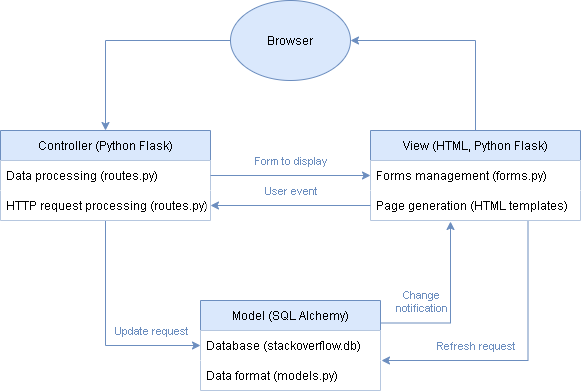
The draw.io diagram Architecture.png in RamB98/SOEN-341, before a commit. Source tidied: cells renumbered, new cells last; positions are measured from the earlier drawing's top-left corner, leaving out a move shared by most shapes.
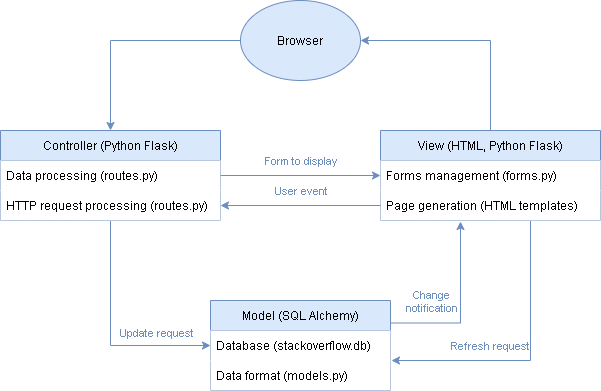
Later version of the same file.

Commit message:
Finalizing diagram's picture format

What changed in the source:
```diff
@@ -2,13 +2,13 @@
   <root>
     <mxCell id="0" />
     <mxCell id="1" parent="0" />
-    <mxCell id="2" style="edgeStyle=orthogonalEdgeStyle;rounded=0;jettySize=auto;html=1;exitX=0;exitY=0.5;exitDx=0;exitDy=0;entryX=0.5;entryY=0;entryDx=0;entryDy=0;fillColor=#dae8fc;strokeColor=#6c8ebf;" parent="1" edge="1" source="3" target="6">
+    <mxCell id="2" style="edgeStyle=orthogonalEdgeStyle;rounded=0;jettySize=auto;html=1;exitX=0;exitY=0.5;exitDx=0;exitDy=0;entryX=0.5;entryY=0;entryDx=0;entryDy=0;fillColor=#dae8fc;strokeColor=#6c8ebf;fontColor=#6C8EBF;" parent="1" edge="1" source="3" target="6">
       <mxGeometry relative="1" as="geometry" />
     </mxCell>
     <mxCell id="3" value="Browser" style="ellipse;whiteSpace=wrap;html=1;fillColor=#dae8fc;strokeColor=#6c8ebf;" parent="1" vertex="1">
       <mxGeometry x="230" width="120" height="80" as="geometry" />
     </mxCell>
-    <mxCell id="4" style="edgeStyle=orthogonalEdgeStyle;rounded=0;jettySize=auto;html=1;exitX=0.5;exitY=1;exitDx=0;exitDy=0;entryX=0;entryY=0.5;entryDx=0;entryDy=0;fillColor=#dae8fc;strokeColor=#6c8ebf;" parent="1" edge="1" source="6" target="22">
+    <mxCell id="4" style="edgeStyle=orthogonalEdgeStyle;rounded=0;jettySize=auto;html=1;exitX=0.5;exitY=1;exitDx=0;exitDy=0;entryX=0;entryY=0.5;entryDx=0;entryDy=0;fillColor=#dae8fc;strokeColor=#6c8ebf;fontColor=#6C8EBF;" parent="1" edge="1" source="6" target="22">
       <mxGeometry relative="1" as="geometry" />
     </mxCell>
     <mxCell id="5" value="Update request" style="edgeLabel;html=1;align=center;verticalAlign=middle;fontColor=#6C8EBF;labelBackgroundColor=none;" parent="4" vertex="1">
@@ -17,23 +17,23 @@
       </mxGeometry>
     </mxCell>
     <mxCell id="6" value="Controller (Python Flask)" style="swimlane;fontStyle=0;horizontal=1;startSize=30;fillColor=#dae8fc;strokeColor=#6c8ebf;" parent="1" vertex="1">
-      <mxGeometry y="130" width="210" height="90" as="geometry" />
+      <mxGeometry x="-10" y="130" width="220" height="90" as="geometry" />
     </mxCell>
     <mxCell id="7" value="Data processing (routes.py)" style="text;strokeColor=none;fillColor=default;align=left;verticalAlign=middle;spacingLeft=4;spacingRight=4;overflow=hidden;points=[[0,0.5],[1,0.5]];portConstraint=eastwest;" parent="6" vertex="1">
-      <mxGeometry y="30" width="210" height="30" as="geometry" />
+      <mxGeometry y="30" width="220" height="30" as="geometry" />
     </mxCell>
     <mxCell id="8" value="HTTP request processing (routes.py)" style="text;strokeColor=none;fillColor=default;align=left;verticalAlign=middle;spacingLeft=4;spacingRight=4;overflow=hidden;points=[[0,0.5],[1,0.5]];portConstraint=eastwest;" parent="6" vertex="1">
-      <mxGeometry y="60" width="210" height="30" as="geometry" />
+      <mxGeometry y="60" width="220" height="30" as="geometry" />
     </mxCell>
-    <mxCell id="9" style="edgeStyle=orthogonalEdgeStyle;rounded=0;jettySize=auto;html=1;exitX=0.5;exitY=0;exitDx=0;exitDy=0;entryX=1;entryY=0.5;entryDx=0;entryDy=0;fillColor=#dae8fc;strokeColor=#6c8ebf;" parent="1" edge="1" source="12" target="3">
+    <mxCell id="9" style="edgeStyle=orthogonalEdgeStyle;rounded=0;jettySize=auto;html=1;exitX=0.5;exitY=0;exitDx=0;exitDy=0;entryX=1;entryY=0.5;entryDx=0;entryDy=0;fillColor=#dae8fc;strokeColor=#6c8ebf;fontColor=#6C8EBF;" parent="1" edge="1" source="12" target="3">
       <mxGeometry relative="1" as="geometry" />
     </mxCell>
-    <mxCell id="10" style="edgeStyle=orthogonalEdgeStyle;rounded=0;jettySize=auto;html=1;exitX=0.75;exitY=1;exitDx=0;exitDy=0;strokeColor=#6C8EBF;" parent="1" edge="1" source="12">
+    <mxCell id="10" style="edgeStyle=orthogonalEdgeStyle;rounded=0;jettySize=auto;html=1;exitX=0.75;exitY=1;exitDx=0;exitDy=0;strokeColor=#6C8EBF;fontColor=#6C8EBF;" parent="1" edge="1" source="12">
       <mxGeometry relative="1" as="geometry">
         <mxPoint x="381" y="360" as="targetPoint" />
         <Array as="points">
-          <mxPoint x="528" y="360" />
-          <mxPoint x="381" y="360" />
+          <mxPoint x="520" y="220" />
+          <mxPoint x="520" y="360" />
         </Array>
       </mxGeometry>
     </mxCell>
@@ -43,15 +43,15 @@
       </mxGeometry>
     </mxCell>
     <mxCell id="12" value="View (HTML, Python Flask)" style="swimlane;fontStyle=0;horizontal=1;startSize=30;strokeColor=#6C8EBF;fillColor=#dae8fc;" parent="1" vertex="1">
-      <mxGeometry x="370" y="130" width="210" height="90" as="geometry" />
+      <mxGeometry x="370" y="130" width="220" height="90" as="geometry" />
     </mxCell>
     <mxCell id="13" value="Forms management (forms.py)" style="text;strokeColor=none;fillColor=default;align=left;verticalAlign=middle;spacingLeft=4;spacingRight=4;overflow=hidden;points=[[0,0.5],[1,0.5]];portConstraint=eastwest;" parent="12" vertex="1">
-      <mxGeometry y="30" width="210" height="30" as="geometry" />
+      <mxGeometry y="30" width="220" height="30" as="geometry" />
     </mxCell>
     <mxCell id="14" value="Page generation (HTML templates)" style="text;strokeColor=none;fillColor=default;align=left;verticalAlign=middle;spacingLeft=4;spacingRight=4;overflow=hidden;points=[[0,0.5],[1,0.5]];portConstraint=eastwest;" parent="12" vertex="1">
-      <mxGeometry y="60" width="210" height="30" as="geometry" />
+      <mxGeometry y="60" width="220" height="30" as="geometry" />
     </mxCell>
-    <mxCell id="15" style="edgeStyle=orthogonalEdgeStyle;rounded=0;jettySize=auto;exitX=1;exitY=0.5;exitDx=0;exitDy=0;entryX=0;entryY=0.5;entryDx=0;entryDy=0;fillColor=#dae8fc;strokeColor=#6c8ebf;fontColor=#6C8EBF;labelBackgroundColor=none;html=1;" parent="1" edge="1" source="7" target="13">
+    <mxCell id="15" style="edgeStyle=orthogonalEdgeStyle;rounded=0;jettySize=auto;html=1;exitX=1;exitY=0.5;exitDx=0;exitDy=0;entryX=0;entryY=0.5;entryDx=0;entryDy=0;fillColor=#dae8fc;strokeColor=#6c8ebf;fontColor=#6C8EBF;" parent="1" edge="1" source="7" target="13">
       <mxGeometry relative="1" as="geometry" />
     </mxCell>
     <mxCell id="16" value="Form to display&lt;br&gt;" style="edgeLabel;html=1;align=center;verticalAlign=middle;fontColor=#6C8EBF;labelBackgroundColor=none;" parent="15" vertex="1">
@@ -59,7 +59,7 @@
         <mxPoint x="14" y="-14" as="offset" />
       </mxGeometry>
     </mxCell>
-    <mxCell id="17" style="edgeStyle=orthogonalEdgeStyle;rounded=0;jettySize=auto;exitX=0;exitY=0.5;exitDx=0;exitDy=0;entryX=1;entryY=0.5;entryDx=0;entryDy=0;fillColor=#dae8fc;strokeColor=#6c8ebf;labelBackgroundColor=none;" parent="1" edge="1" source="14" target="8">
+    <mxCell id="17" style="edgeStyle=orthogonalEdgeStyle;rounded=0;jettySize=auto;html=1;exitX=0;exitY=0.5;exitDx=0;exitDy=0;entryX=1;entryY=0.5;entryDx=0;entryDy=0;fillColor=#dae8fc;strokeColor=#6c8ebf;fontColor=#6C8EBF;" parent="1" edge="1" source="14" target="8">
       <mxGeometry relative="1" as="geometry" />
     </mxCell>
     <mxCell id="18" value="User event" style="edgeLabel;html=1;align=center;verticalAlign=middle;fontColor=#6C8EBF;labelBackgroundColor=none;" parent="17" vertex="1">
@@ -67,7 +67,7 @@
         <mxPoint x="-13" y="-14" as="offset" />
       </mxGeometry>
     </mxCell>
-    <mxCell id="19" style="edgeStyle=orthogonalEdgeStyle;rounded=0;jettySize=auto;html=1;exitX=1;exitY=0.25;exitDx=0;exitDy=0;strokeColor=#6C8EBF;" parent="1" edge="1" source="21">
+    <mxCell id="19" style="edgeStyle=orthogonalEdgeStyle;rounded=0;jettySize=auto;html=1;exitX=1;exitY=0.25;exitDx=0;exitDy=0;strokeColor=#6C8EBF;fontColor=#6C8EBF;" parent="1" edge="1" source="21">
       <mxGeometry relative="1" as="geometry">
         <mxPoint x="450" y="221" as="targetPoint" />
         <Array as="points">
```
